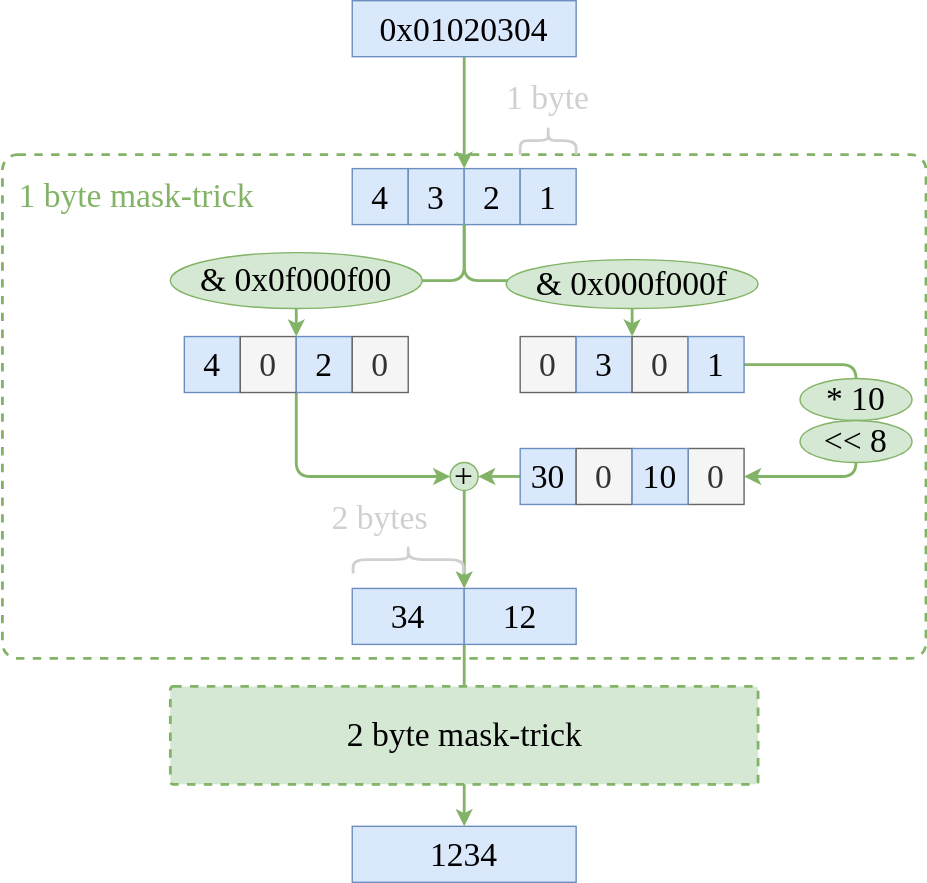
Above: diagrams/parse-mask-insight.svg in KholdStare/kholdstare.github.com (draw.io), before the change. Source tidied: cells renumbered, new cells last; positions are measured from the earlier drawing's top-left corner, leaving out a move shared by most shapes.
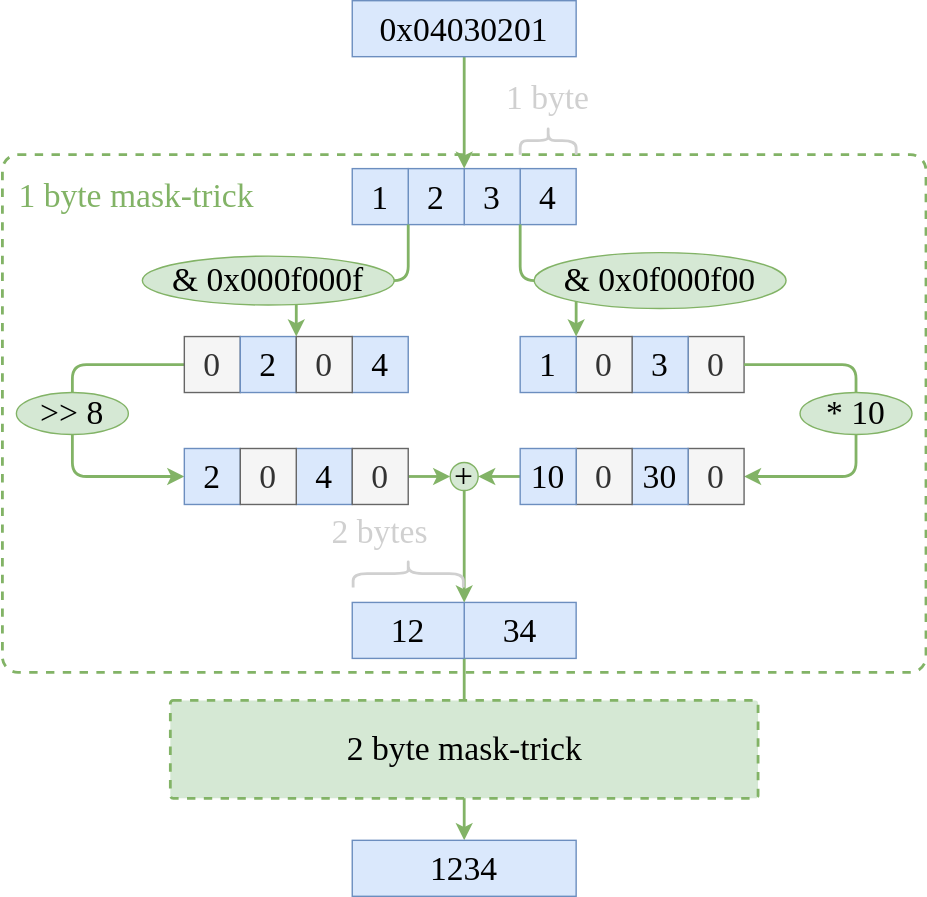
The same file after the commit.

The edit, as a diff of the source:
```diff
@@ -3,46 +3,52 @@
     <mxCell id="0" />
     <mxCell id="1" parent="0" />
     <mxCell id="2" style="rounded=1;whiteSpace=wrap;html=1;strokeColor=#82b366;fillColor=none;fontFamily=Lucida Console;fontSize=24;align=center;arcSize=3;strokeWidth=2;dashed=1;" parent="1" vertex="1">
-      <mxGeometry y="110" width="660" height="360" as="geometry" />
+      <mxGeometry y="110" width="660" height="370" as="geometry" />
     </mxCell>
     <mxCell id="3" value="4" style="rounded=0;whiteSpace=wrap;html=1;fontSize=24;verticalAlign=top;fillColor=#dae8fc;strokeColor=#6c8ebf;fontFamily=Lucida Console;align=center;" parent="1" vertex="1">
-      <mxGeometry x="250" y="120" width="40" height="40" as="geometry" />
+      <mxGeometry x="370" y="120" width="40" height="40" as="geometry" />
     </mxCell>
     <mxCell id="4" value="3" style="rounded=0;whiteSpace=wrap;html=1;fontSize=24;verticalAlign=top;fillColor=#dae8fc;strokeColor=#6c8ebf;fontFamily=Lucida Console;align=center;" parent="1" vertex="1">
-      <mxGeometry x="290" y="120" width="40" height="40" as="geometry" />
+      <mxGeometry x="330" y="120" width="40" height="40" as="geometry" />
     </mxCell>
     <mxCell id="5" value="2" style="rounded=0;whiteSpace=wrap;html=1;fontSize=24;verticalAlign=top;fillColor=#dae8fc;strokeColor=#6c8ebf;fontFamily=Lucida Console;align=center;" parent="1" vertex="1">
-      <mxGeometry x="330" y="120" width="40" height="40" as="geometry" />
+      <mxGeometry x="290" y="120" width="40" height="40" as="geometry" />
     </mxCell>
     <mxCell id="6" value="1" style="rounded=0;whiteSpace=wrap;html=1;fontSize=24;verticalAlign=top;fillColor=#dae8fc;strokeColor=#6c8ebf;fontFamily=Lucida Console;align=center;" parent="1" vertex="1">
-      <mxGeometry x="370" y="120" width="40" height="40" as="geometry" />
+      <mxGeometry x="250" y="120" width="40" height="40" as="geometry" />
     </mxCell>
-    <mxCell id="7" style="edgeStyle=orthogonalEdgeStyle;rounded=1;jettySize=auto;html=1;exitX=0.5;exitY=1;exitDx=0;exitDy=0;entryX=0;entryY=0;entryDx=0;entryDy=0;strokeColor=#82B366;strokeWidth=2;fontFamily=Lucida Console;fontSize=24;fontColor=#82B366;" parent="1" edge="1" source="8" target="5">
+    <mxCell id="7" style="edgeStyle=orthogonalEdgeStyle;rounded=1;jettySize=auto;html=1;exitX=0.5;exitY=1;exitDx=0;exitDy=0;entryX=1;entryY=0;entryDx=0;entryDy=0;strokeColor=#82B366;strokeWidth=2;fontFamily=Lucida Console;fontSize=24;fontColor=#82B366;" parent="1" edge="1" source="8" target="5">
       <mxGeometry relative="1" as="geometry" />
     </mxCell>
-    <mxCell id="8" value="0x01020304" style="rounded=0;whiteSpace=wrap;html=1;fontSize=24;verticalAlign=top;fillColor=#dae8fc;strokeColor=#6c8ebf;fontFamily=Lucida Console;align=center;" parent="1" vertex="1">
+    <mxCell id="8" value="0x04030201" style="rounded=0;whiteSpace=wrap;html=1;fontSize=24;verticalAlign=top;fillColor=#dae8fc;strokeColor=#6c8ebf;fontFamily=Lucida Console;align=center;" parent="1" vertex="1">
       <mxGeometry x="250" width="160" height="40" as="geometry" />
     </mxCell>
     <mxCell id="9" value="4" style="rounded=0;whiteSpace=wrap;html=1;fontSize=24;verticalAlign=top;fillColor=#dae8fc;strokeColor=#6c8ebf;fontFamily=Lucida Console;align=center;" parent="1" vertex="1">
-      <mxGeometry x="130" y="240" width="40" height="40" as="geometry" />
+      <mxGeometry x="250" y="240" width="40" height="40" as="geometry" />
     </mxCell>
-    <mxCell id="10" style="edgeStyle=orthogonalEdgeStyle;rounded=1;jettySize=auto;html=1;exitX=1;exitY=1;exitDx=0;exitDy=0;entryX=0;entryY=0.5;entryDx=0;entryDy=0;strokeColor=#82B366;strokeWidth=2;fontFamily=Lucida Console;fontSize=24;fontColor=#D0D0D0;" parent="1" edge="1" source="11" target="34">
-      <mxGeometry relative="1" as="geometry" />
-    </mxCell>
+    <mxCell id="42" style="edgeStyle=orthogonalEdgeStyle;rounded=1;jettySize=auto;html=1;exitX=0;exitY=0.5;exitDx=0;exitDy=0;entryX=0;entryY=0.5;entryDx=0;entryDy=0;fillColor=#d5e8d4;strokeColor=#82b366;strokeWidth=2;" parent="1" edge="1" source="11" target="46">
+      <mxGeometry relative="1" as="geometry">
+        <Array as="points">
+          <mxPoint x="50" y="260" />
+          <mxPoint x="50" y="340" />
+        </Array>
+      </mxGeometry>
+    </mxCell>
     <mxCell id="11" value="0" style="rounded=0;whiteSpace=wrap;html=1;fontSize=24;verticalAlign=top;fillColor=#f5f5f5;strokeColor=#666666;fontFamily=Lucida Console;align=center;fontColor=#333333;" parent="1" vertex="1">
-      <mxGeometry x="170" y="240" width="40" height="40" as="geometry" />
+      <mxGeometry x="130" y="240" width="40" height="40" as="geometry" />
     </mxCell>
     <mxCell id="12" value="2" style="rounded=0;whiteSpace=wrap;html=1;fontSize=24;verticalAlign=top;fillColor=#dae8fc;strokeColor=#6c8ebf;fontFamily=Lucida Console;align=center;" parent="1" vertex="1">
-      <mxGeometry x="210" y="240" width="40" height="40" as="geometry" />
+      <mxGeometry x="170" y="240" width="40" height="40" as="geometry" />
     </mxCell>
     <mxCell id="13" value="0" style="rounded=0;whiteSpace=wrap;html=1;fontSize=24;verticalAlign=top;fillColor=#f5f5f5;strokeColor=#666666;fontFamily=Lucida Console;align=center;fontColor=#333333;" parent="1" vertex="1">
-      <mxGeometry x="250" y="240" width="40" height="40" as="geometry" />
+      <mxGeometry x="210" y="240" width="40" height="40" as="geometry" />
     </mxCell>
     <mxCell id="14" value="0" style="rounded=0;whiteSpace=wrap;html=1;fontSize=24;verticalAlign=top;fillColor=#f5f5f5;strokeColor=#666666;fontFamily=Lucida Console;align=center;fontColor=#333333;" parent="1" vertex="1">
-      <mxGeometry x="370" y="240" width="40" height="40" as="geometry" />
+      <mxGeometry x="490" y="240" width="40" height="40" as="geometry" />
     </mxCell>
-    <mxCell id="15" style="edgeStyle=orthogonalEdgeStyle;rounded=1;jettySize=auto;html=1;exitX=1;exitY=0.5;exitDx=0;exitDy=0;strokeColor=#82B366;strokeWidth=2;fontFamily=Lucida Console;fontSize=24;fontColor=#D0D0D0;entryX=1;entryY=0.5;entryDx=0;entryDy=0;" parent="1" edge="1" source="18" target="25">
+    <mxCell id="15" style="edgeStyle=orthogonalEdgeStyle;rounded=1;jettySize=auto;html=1;strokeColor=#82B366;strokeWidth=2;fontFamily=Lucida Console;fontSize=24;fontColor=#D0D0D0;entryX=1;entryY=0.5;entryDx=0;entryDy=0;" parent="1" edge="1" target="25">
       <mxGeometry relative="1" as="geometry">
+        <mxPoint x="530" y="260" as="sourcePoint" />
         <Array as="points">
           <mxPoint x="610" y="260" />
           <mxPoint x="610" y="340" />
@@ -50,57 +56,57 @@
       </mxGeometry>
     </mxCell>
     <mxCell id="16" value="3" style="rounded=0;whiteSpace=wrap;html=1;fontSize=24;verticalAlign=top;fillColor=#dae8fc;strokeColor=#6c8ebf;fontFamily=Lucida Console;align=center;" parent="1" vertex="1">
-      <mxGeometry x="410" y="240" width="40" height="40" as="geometry" />
+      <mxGeometry x="450" y="240" width="40" height="40" as="geometry" />
     </mxCell>
     <mxCell id="17" value="0" style="rounded=0;whiteSpace=wrap;html=1;fontSize=24;verticalAlign=top;fillColor=#f5f5f5;strokeColor=#666666;fontFamily=Lucida Console;align=center;fontColor=#333333;" parent="1" vertex="1">
-      <mxGeometry x="450" y="240" width="40" height="40" as="geometry" />
+      <mxGeometry x="410" y="240" width="40" height="40" as="geometry" />
     </mxCell>
     <mxCell id="18" value="1" style="rounded=0;whiteSpace=wrap;html=1;fontSize=24;verticalAlign=top;fillColor=#dae8fc;strokeColor=#6c8ebf;fontFamily=Lucida Console;align=center;" parent="1" vertex="1">
-      <mxGeometry x="490" y="240" width="40" height="40" as="geometry" />
+      <mxGeometry x="370" y="240" width="40" height="40" as="geometry" />
     </mxCell>
-    <mxCell id="19" style="endArrow=classic;html=1;strokeColor=#82b366;strokeWidth=2;fontFamily=Lucida Console;fontSize=24;fontColor=#D0D0D0;fillColor=#d5e8d4;exitX=1;exitY=1;exitDx=0;exitDy=0;entryX=0;entryY=0;entryDx=0;entryDy=0;edgeStyle=orthogonalEdgeStyle;" parent="1" edge="1" source="4" target="12">
+    <mxCell id="19" style="endArrow=classic;html=1;strokeColor=#82b366;strokeWidth=2;fontFamily=Lucida Console;fontSize=24;fontColor=#D0D0D0;fillColor=#d5e8d4;exitX=0;exitY=1;exitDx=0;exitDy=0;entryX=1;entryY=0;entryDx=0;entryDy=0;edgeStyle=orthogonalEdgeStyle;" parent="1" edge="1" source="5" target="12">
       <mxGeometry relative="1" as="geometry" />
     </mxCell>
-    <mxCell id="20" style="endArrow=classic;html=1;strokeColor=#82b366;strokeWidth=2;fontFamily=Lucida Console;fontSize=24;fontColor=#D0D0D0;fillColor=#d5e8d4;exitX=0;exitY=1;exitDx=0;exitDy=0;entryX=0;entryY=0;entryDx=0;entryDy=0;edgeStyle=orthogonalEdgeStyle;" parent="1" edge="1" source="5" target="17">
+    <mxCell id="20" style="endArrow=classic;html=1;strokeColor=#82b366;strokeWidth=2;fontFamily=Lucida Console;fontSize=24;fontColor=#D0D0D0;fillColor=#d5e8d4;exitX=1;exitY=1;exitDx=0;exitDy=0;entryX=0;entryY=0;entryDx=0;entryDy=0;edgeStyle=orthogonalEdgeStyle;" parent="1" edge="1" source="4" target="17">
       <mxGeometry relative="1" as="geometry" />
     </mxCell>
     <mxCell id="21" value="&amp;amp; 0x0f000f00" style="ellipse;whiteSpace=wrap;html=1;strokeColor=#82b366;fillColor=#d5e8d4;fontFamily=Lucida Console;fontSize=24;align=center;" parent="1" vertex="1">
-      <mxGeometry x="120" y="180" width="180" height="40" as="geometry" />
+      <mxGeometry x="380" y="180" width="180" height="40" as="geometry" />
     </mxCell>
     <mxCell id="22" value="&amp;amp; 0x000f000f" style="ellipse;whiteSpace=wrap;html=1;strokeColor=#82b366;fillColor=#d5e8d4;fontFamily=Lucida Console;fontSize=24;align=center;" parent="1" vertex="1">
-      <mxGeometry x="360" y="185" width="180" height="35" as="geometry" />
+      <mxGeometry x="100" y="182.5" width="180" height="35" as="geometry" />
     </mxCell>
     <mxCell id="23" value="* 10" style="ellipse;whiteSpace=wrap;html=1;strokeColor=#82b366;fillColor=#d5e8d4;fontFamily=Lucida Console;fontSize=24;align=center;" parent="1" vertex="1">
-      <mxGeometry x="570" y="270" width="80" height="30" as="geometry" />
+      <mxGeometry x="570" y="280" width="80" height="30" as="geometry" />
     </mxCell>
-    <mxCell id="24" value="&amp;lt;&amp;lt; 8" style="ellipse;whiteSpace=wrap;html=1;strokeColor=#82b366;fillColor=#d5e8d4;fontFamily=Lucida Console;fontSize=24;align=center;" parent="1" vertex="1">
-      <mxGeometry x="570" y="300" width="80" height="30" as="geometry" />
+    <mxCell id="24" value="&amp;gt;&amp;gt; 8" style="ellipse;whiteSpace=wrap;html=1;strokeColor=#82b366;fillColor=#d5e8d4;fontFamily=Lucida Console;fontSize=24;align=center;" parent="1" vertex="1">
+      <mxGeometry x="10" y="280" width="80" height="30" as="geometry" />
     </mxCell>
     <mxCell id="25" value="0" style="rounded=0;whiteSpace=wrap;html=1;fontSize=24;verticalAlign=top;fillColor=#f5f5f5;strokeColor=#666666;fontFamily=Lucida Console;align=center;fontColor=#333333;" parent="1" vertex="1">
       <mxGeometry x="490" y="320" width="40" height="40" as="geometry" />
     </mxCell>
-    <mxCell id="26" style="edgeStyle=orthogonalEdgeStyle;rounded=1;jettySize=auto;html=1;exitX=0;exitY=0.5;exitDx=0;exitDy=0;entryX=1;entryY=0.5;entryDx=0;entryDy=0;strokeColor=#82B366;strokeWidth=2;fontFamily=Lucida Console;fontSize=24;fontColor=#D0D0D0;" parent="1" edge="1" source="27" target="34">
+    <mxCell id="26" style="edgeStyle=orthogonalEdgeStyle;rounded=1;jettySize=auto;html=1;exitX=0;exitY=0.5;exitDx=0;exitDy=0;entryX=1;entryY=0.5;entryDx=0;entryDy=0;strokeColor=#82B366;strokeWidth=2;fontFamily=Lucida Console;fontSize=24;fontColor=#D0D0D0;" parent="1" edge="1" source="29" target="34">
       <mxGeometry relative="1" as="geometry" />
     </mxCell>
     <mxCell id="27" value="30" style="rounded=0;whiteSpace=wrap;html=1;fontSize=24;verticalAlign=top;fillColor=#dae8fc;strokeColor=#6c8ebf;fontFamily=Lucida Console;align=center;" parent="1" vertex="1">
-      <mxGeometry x="370" y="320" width="40" height="40" as="geometry" />
+      <mxGeometry x="450" y="320" width="40" height="40" as="geometry" />
     </mxCell>
     <mxCell id="28" value="0" style="rounded=0;whiteSpace=wrap;html=1;fontSize=24;verticalAlign=top;fillColor=#f5f5f5;strokeColor=#666666;fontFamily=Lucida Console;align=center;fontColor=#333333;" parent="1" vertex="1">
       <mxGeometry x="410" y="320" width="40" height="40" as="geometry" />
     </mxCell>
     <mxCell id="29" value="10" style="rounded=0;whiteSpace=wrap;html=1;fontSize=24;verticalAlign=top;fillColor=#dae8fc;strokeColor=#6c8ebf;fontFamily=Lucida Console;align=center;" parent="1" vertex="1">
-      <mxGeometry x="450" y="320" width="40" height="40" as="geometry" />
+      <mxGeometry x="370" y="320" width="40" height="40" as="geometry" />
     </mxCell>
     <mxCell id="30" value="34" style="rounded=0;whiteSpace=wrap;html=1;fontSize=24;verticalAlign=top;fillColor=#dae8fc;strokeColor=#6c8ebf;fontFamily=Lucida Console;align=center;" parent="1" vertex="1">
-      <mxGeometry x="250" y="420" width="80" height="40" as="geometry" />
+      <mxGeometry x="330" y="430" width="80" height="40" as="geometry" />
     </mxCell>
-    <mxCell id="31" style="edgeStyle=orthogonalEdgeStyle;rounded=1;jettySize=auto;html=1;exitX=0;exitY=1;exitDx=0;exitDy=0;strokeColor=#82B366;strokeWidth=2;fontFamily=Lucida Console;fontSize=24;fontColor=#82B366;entryX=0.5;entryY=0;entryDx=0;entryDy=0;" parent="1" edge="1" source="32" target="37">
+    <mxCell id="31" style="edgeStyle=orthogonalEdgeStyle;rounded=1;jettySize=auto;html=1;exitX=1;exitY=1;exitDx=0;exitDy=0;strokeColor=#82B366;strokeWidth=2;fontFamily=Lucida Console;fontSize=24;fontColor=#82B366;entryX=0.5;entryY=0;entryDx=0;entryDy=0;" parent="1" edge="1" source="32" target="37">
       <mxGeometry relative="1" as="geometry" />
     </mxCell>
     <mxCell id="32" value="12" style="rounded=0;whiteSpace=wrap;html=1;fontSize=24;verticalAlign=top;fillColor=#dae8fc;strokeColor=#6c8ebf;fontFamily=Lucida Console;align=center;" parent="1" vertex="1">
-      <mxGeometry x="330" y="420" width="80" height="40" as="geometry" />
+      <mxGeometry x="250" y="430" width="80" height="40" as="geometry" />
     </mxCell>
-    <mxCell id="33" style="edgeStyle=orthogonalEdgeStyle;rounded=1;jettySize=auto;html=1;exitX=0.5;exitY=1;exitDx=0;exitDy=0;entryX=0;entryY=0;entryDx=0;entryDy=0;strokeColor=#82B366;strokeWidth=2;fontFamily=Lucida Console;fontSize=24;fontColor=#D0D0D0;" parent="1" edge="1" source="34" target="32">
+    <mxCell id="33" style="edgeStyle=orthogonalEdgeStyle;rounded=1;jettySize=auto;html=1;exitX=0.5;exitY=1;exitDx=0;exitDy=0;entryX=1;entryY=0;entryDx=0;entryDy=0;strokeColor=#82B366;strokeWidth=2;fontFamily=Lucida Console;fontSize=24;fontColor=#D0D0D0;" parent="1" edge="1" source="34" target="32">
       <mxGeometry relative="1" as="geometry" />
     </mxCell>
     <mxCell id="34" value="+" style="ellipse;whiteSpace=wrap;html=1;strokeColor=#82b366;fillColor=#d5e8d4;fontFamily=Lucida Console;fontSize=24;align=center;" parent="1" vertex="1">
@@ -110,10 +116,10 @@
       <mxGeometry x="10" y="125" width="250" height="30" as="geometry" />
     </mxCell>
     <mxCell id="36" value="&lt;div&gt;2 byte mask-trick&lt;br&gt;&lt;/div&gt;" style="rounded=1;html=1;strokeColor=#82b366;fillColor=#d5e8d4;fontFamily=Lucida Console;fontSize=24;align=center;arcSize=3;strokeWidth=2;dashed=1;" parent="1" vertex="1">
-      <mxGeometry x="120" y="490" width="420" height="70" as="geometry" />
+      <mxGeometry x="120" y="500" width="420" height="70" as="geometry" />
     </mxCell>
     <mxCell id="37" value="1234" style="rounded=0;whiteSpace=wrap;html=1;fontSize=24;verticalAlign=top;fillColor=#dae8fc;strokeColor=#6c8ebf;fontFamily=Lucida Console;align=center;" parent="1" vertex="1">
-      <mxGeometry x="250" y="590" width="160" height="40" as="geometry" />
+      <mxGeometry x="250" y="600" width="160" height="40" as="geometry" />
     </mxCell>
     <mxCell id="38" style="shape=curlyBracket;whiteSpace=wrap;html=1;rounded=1;strokeColor=#D0D0D0;strokeWidth=2;fillColor=none;fontFamily=Lucida Console;fontSize=24;fontColor=#82B366;align=center;rotation=90;" parent="1" vertex="1">
       <mxGeometry x="380" y="80" width="20" height="40" as="geometry" />
@@ -122,10 +128,25 @@
       <mxGeometry x="350" y="60" width="80" height="20" as="geometry" />
     </mxCell>
     <mxCell id="40" style="shape=curlyBracket;whiteSpace=wrap;html=1;rounded=1;strokeColor=#D0D0D0;strokeWidth=2;fillColor=none;fontFamily=Lucida Console;fontSize=24;fontColor=#82B366;align=center;rotation=90;" parent="1" vertex="1">
-      <mxGeometry x="280" y="360" width="20" height="78.8" as="geometry" />
+      <mxGeometry x="280" y="370" width="20" height="78.8" as="geometry" />
     </mxCell>
     <mxCell id="41" value="2 bytes" style="text;html=1;strokeColor=none;fillColor=none;align=center;verticalAlign=middle;whiteSpace=wrap;rounded=0;fontFamily=Lucida Console;fontSize=24;fontColor=#D0D0D0;" parent="1" vertex="1">
-      <mxGeometry x="225" y="360" width="90" height="20" as="geometry" />
+      <mxGeometry x="225" y="370" width="90" height="20" as="geometry" />
     </mxCell>
+    <mxCell id="43" value="4" style="rounded=0;whiteSpace=wrap;html=1;fontSize=24;verticalAlign=top;fillColor=#dae8fc;strokeColor=#6c8ebf;fontFamily=Lucida Console;align=center;" parent="1" vertex="1">
+      <mxGeometry x="210" y="320" width="40" height="40" as="geometry" />
+    </mxCell>
+    <mxCell id="44" style="edgeStyle=orthogonalEdgeStyle;rounded=1;jettySize=auto;html=1;exitX=1;exitY=0.5;exitDx=0;exitDy=0;entryX=0;entryY=0.5;entryDx=0;entryDy=0;strokeWidth=2;fillColor=#d5e8d4;strokeColor=#82b366;" parent="1" edge="1" source="45" target="34">
+      <mxGeometry relative="1" as="geometry" />
+    </mxCell>
+    <mxCell id="45" value="0" style="rounded=0;whiteSpace=wrap;html=1;fontSize=24;verticalAlign=top;fillColor=#f5f5f5;strokeColor=#666666;fontFamily=Lucida Console;align=center;fontColor=#333333;" parent="1" vertex="1">
+      <mxGeometry x="250" y="320" width="40" height="40" as="geometry" />
+    </mxCell>
+    <mxCell id="46" value="2" style="rounded=0;whiteSpace=wrap;html=1;fontSize=24;verticalAlign=top;fillColor=#dae8fc;strokeColor=#6c8ebf;fontFamily=Lucida Console;align=center;" parent="1" vertex="1">
+      <mxGeometry x="130" y="320" width="40" height="40" as="geometry" />
+    </mxCell>
+    <mxCell id="47" value="0" style="rounded=0;whiteSpace=wrap;html=1;fontSize=24;verticalAlign=top;fillColor=#f5f5f5;strokeColor=#666666;fontFamily=Lucida Console;align=center;fontColor=#333333;" parent="1" vertex="1">
+      <mxGeometry x="170" y="320" width="40" height="40" as="geometry" />
+    </mxCell>
   </root>
 </mxGraphModel>
```
